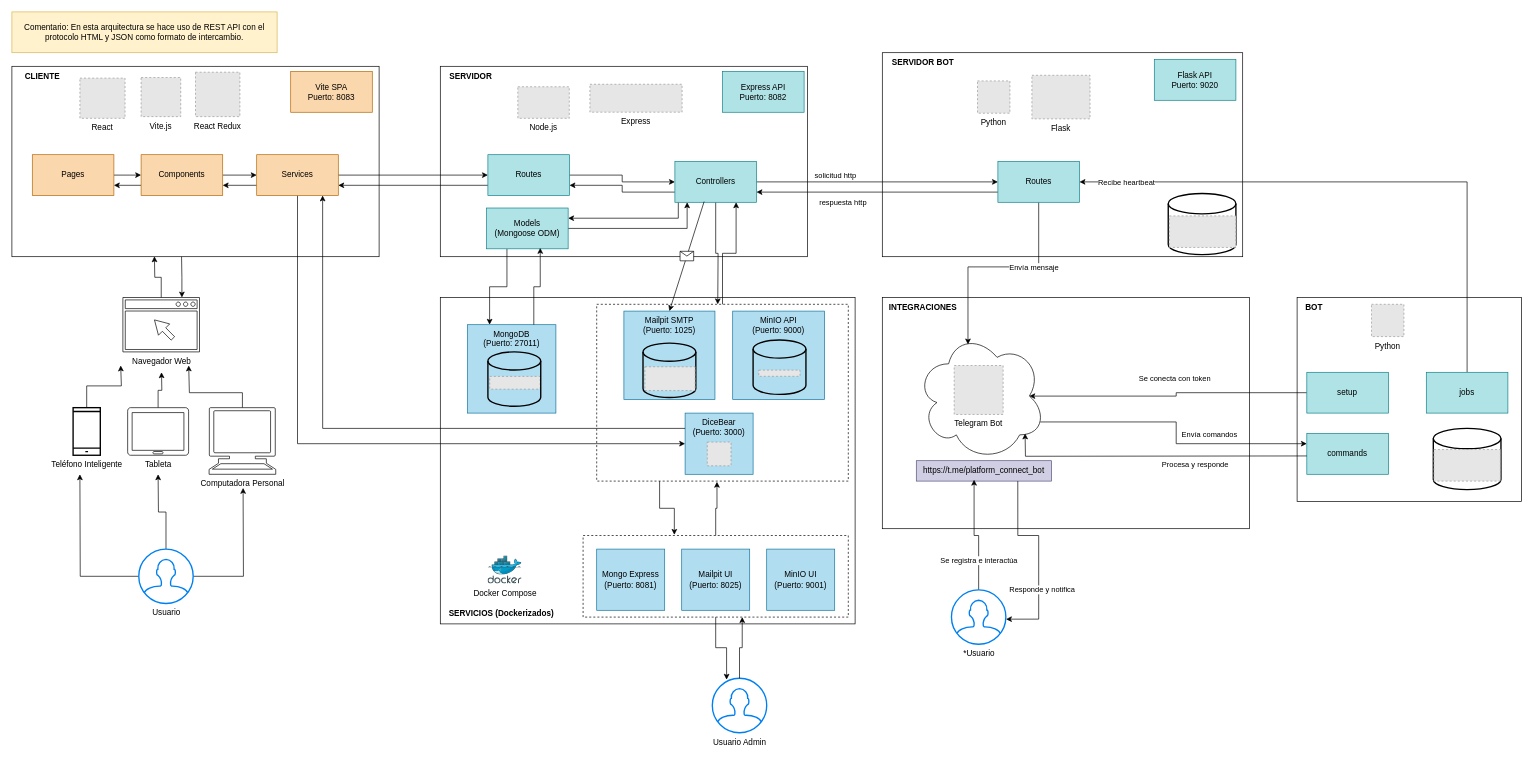
Earlier version of the draw.io diagram docs/diagrama_arquitectura/diagrama_arquitectura.drawio (andresbiso/2025_1C_TFG). Source tidied: cells renumbered, new cells numbered last; positions are measured from the earlier drawing's top-left corner, leaving out a move shared by most shapes. Both pictures are drawn from the tidied source at 68%, with x=0, y=0 at pixel (12, 12). Pictures stored in the file or linked from it are replaced by grey dashed boxes.
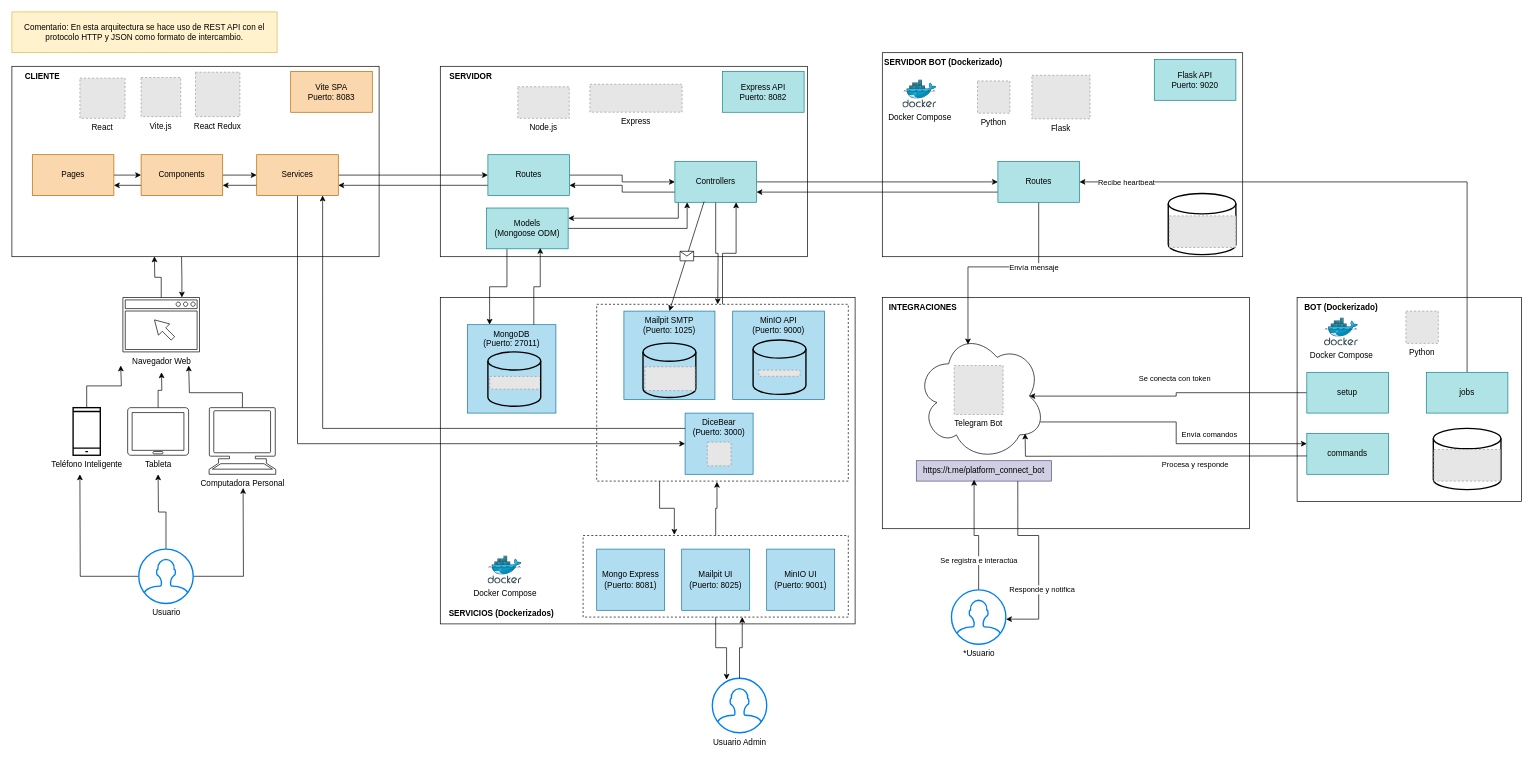
After the change.

Commit message (it also covers changes not shown here):
docs: fix diagram and add a high level diagram

The change refers to these unchanged cells:
```xml
<mxCell id="47" style="edgeStyle=orthogonalEdgeStyle;rounded=0;jettySize=auto;html=1;exitX=0;exitY=0.75;exitDx=0;exitDy=0;entryX=1;entryY=0.75;entryDx=0;entryDy=0;" parent="22" edge="1" source="49" target="65">
  <mxGeometry relative="1" as="geometry" />
</mxCell>
<mxCell id="63" style="edgeStyle=orthogonalEdgeStyle;rounded=0;jettySize=auto;html=1;exitX=1;exitY=0.5;exitDx=0;exitDy=0;entryX=0;entryY=0.5;entryDx=0;entryDy=0;" parent="22" edge="1" source="65" target="49">
  <mxGeometry relative="1" as="geometry" />
</mxCell>
```

The edit, as a diff of the source:
```diff
@@
-    <mxCell id="11" value="&lt;b&gt;SERVIDOR BOT&lt;/b&gt;" style="text;html=1;align=center;verticalAlign=middle;whiteSpace=wrap;rounded=0;labelBackgroundColor=none;" parent="1" vertex="1">
-      <mxGeometry x="1280" y="60" width="120" height="30" as="geometry" />
+    <mxCell id="11" value="&lt;b&gt;SERVIDOR BOT (Dockerizado)&lt;/b&gt;" style="text;html=1;align=center;verticalAlign=middle;whiteSpace=wrap;rounded=0;labelBackgroundColor=none;" parent="1" vertex="1">
+      <mxGeometry x="1280" y="60" width="180" height="30" as="geometry" />
     </mxCell>
@@
-    <mxCell id="13" value="&lt;b&gt;BOT&lt;/b&gt;" style="text;html=1;align=center;verticalAlign=middle;whiteSpace=wrap;rounded=0;labelBackgroundColor=none;" parent="1" vertex="1">
-      <mxGeometry x="1890" y="420" width="50" height="30" as="geometry" />
+    <mxCell id="13" value="&lt;b&gt;BOT (Dockerizado)&lt;/b&gt;" style="text;html=1;align=center;verticalAlign=middle;whiteSpace=wrap;rounded=0;labelBackgroundColor=none;" parent="1" vertex="1">
+      <mxGeometry x="1890" y="420" width="130" height="30" as="geometry" />
     </mxCell>
@@
+    <mxCell id="116" value="Docker Compose" style="image;sketch=0;html=1;align=center;fontSize=12;image=img/lib/mscae/Docker.svg;" parent="1" vertex="1">
+      <mxGeometry x="1310" y="100" width="50" height="41" as="geometry" />
+    </mxCell>
+    <mxCell id="117" value="Docker Compose" style="image;sketch=0;html=1;align=center;fontSize=12;image=img/lib/mscae/Docker.svg;" parent="1" vertex="1">
+      <mxGeometry x="1930" y="450" width="50" height="41" as="geometry" />
+    </mxCell>
@@
-    <mxCell id="48" value="respuesta http" style="edgeLabel;html=1;align=center;verticalAlign=middle;" parent="47" vertex="1">
-      <mxGeometry x="0.29" y="1" relative="1" as="geometry">
-        <mxPoint y="14" as="offset" />
-      </mxGeometry>
-    </mxCell>
@@
     <mxCell id="50" value="Python" style="fillColor=#E6E6E6;strokeColor=#999999;dashed=1;verticalLabelPosition=bottom;labelBackgroundColor=default;verticalAlign=top;" parent="22" vertex="1">
-      <mxGeometry x="1999.4" y="430" width="47.7" height="47.5" as="geometry" />
+      <mxGeometry x="2050" y="440" width="47.7" height="47.5" as="geometry" />
     </mxCell>
@@
-    <mxCell id="64" value="solicitud http" style="edgeLabel;html=1;align=center;verticalAlign=middle;" parent="63" vertex="1">
-      <mxGeometry x="-0.35" y="-3" relative="1" as="geometry">
-        <mxPoint y="-13" as="offset" />
-      </mxGeometry>
-    </mxCell>
@@
-    <mxCell id="114" value="Comentario: En esta arquitectura se hace uso de REST API con el protocolo HTML y JSON como formato de intercambio." style="rounded=0;whiteSpace=wrap;html=1;fillColor=#fff2cc;strokeColor=#d6b656;" parent="22" vertex="1">
+    <mxCell id="114" value="Comentario: En esta arquitectura se hace uso de REST API con el protocolo HTTP y JSON como formato de intercambio." style="rounded=0;whiteSpace=wrap;html=1;fillColor=#fff2cc;strokeColor=#d6b656;" parent="22" vertex="1">
       <mxGeometry width="390" height="60" as="geometry" />
     </mxCell>
```
